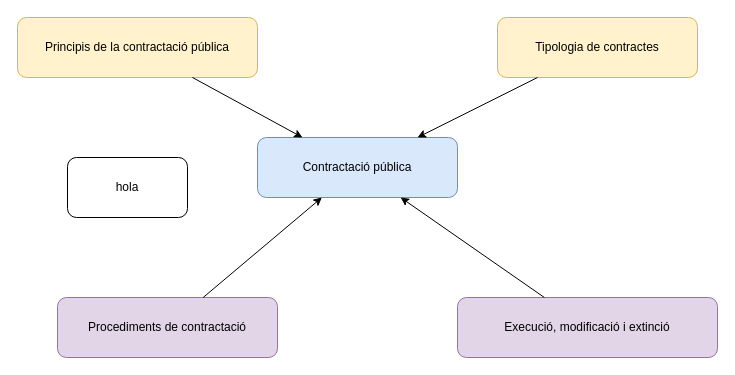
Above: oposicions/public/diagrams/esquema-contractacio-publica.drawio in Evilamajor/OposicionsGeneralitatCatalunya (draw.io), before the change. Source tidied: cells renumbered, new cells numbered last; positions are measured from the earlier drawing's top-left corner, leaving out a move shared by most shapes. Both pictures are drawn from the tidied source at 100%, with x=0, y=0 at pixel (17, 17).
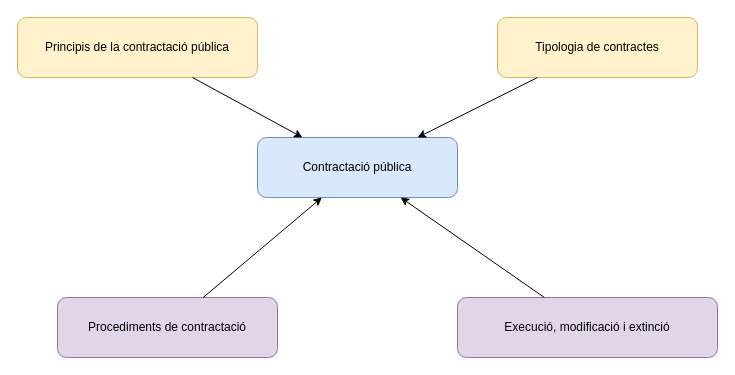
Above is the later version.

The edit, as a diff of the source:
```diff
@@
 <mxGraphModel>
   <root>
     <mxCell id="0" />
     <mxCell id="1" parent="0" />
     <mxCell id="2" value="Contractació pública" style="rounded=1;whiteSpace=wrap;html=1;fillColor=#dae8fc;strokeColor=#6c8ebf;" parent="1" vertex="1">
       <mxGeometry x="240" y="120" width="200" height="60" as="geometry" />
     </mxCell>
     <mxCell id="3" value="Principis de la contractació pública" style="rounded=1;whiteSpace=wrap;html=1;fillColor=#fff2cc;strokeColor=#d6b656;" parent="1" vertex="1">
       <mxGeometry width="240" height="60" as="geometry" />
     </mxCell>
     <mxCell id="4" value="Tipologia de contractes" style="rounded=1;whiteSpace=wrap;html=1;fillColor=#fff2cc;strokeColor=#d6b656;" parent="1" vertex="1">
       <mxGeometry x="480" width="200" height="60" as="geometry" />
     </mxCell>
     <mxCell id="5" value="Procediments de contractació" style="rounded=1;whiteSpace=wrap;html=1;fillColor=#e1d5e7;strokeColor=#9673a6;" parent="1" vertex="1">
       <mxGeometry x="40" y="280" width="220" height="60" as="geometry" />
     </mxCell>
     <mxCell id="6" value="Execució, modificació i extinció" style="rounded=1;whiteSpace=wrap;html=1;fillColor=#e1d5e7;strokeColor=#9673a6;" parent="1" vertex="1">
       <mxGeometry x="440" y="280" width="260" height="60" as="geometry" />
     </mxCell>
     <mxCell id="7" parent="1" edge="1" source="3" target="2">
       <mxGeometry relative="1" as="geometry" />
     </mxCell>
     <mxCell id="8" parent="1" edge="1" source="4" target="2">
       <mxGeometry relative="1" as="geometry" />
     </mxCell>
     <mxCell id="9" parent="1" edge="1" source="5" target="2">
       <mxGeometry relative="1" as="geometry" />
     </mxCell>
     <mxCell id="10" parent="1" edge="1" source="6" target="2">
       <mxGeometry relative="1" as="geometry" />
     </mxCell>
-    <mxCell id="11" value="hola" style="rounded=1;whiteSpace=wrap;html=1;" parent="1" vertex="1">
-      <mxGeometry x="50" y="140" width="120" height="60" as="geometry" />
-    </mxCell>
   </root>
 </mxGraphModel>
```
